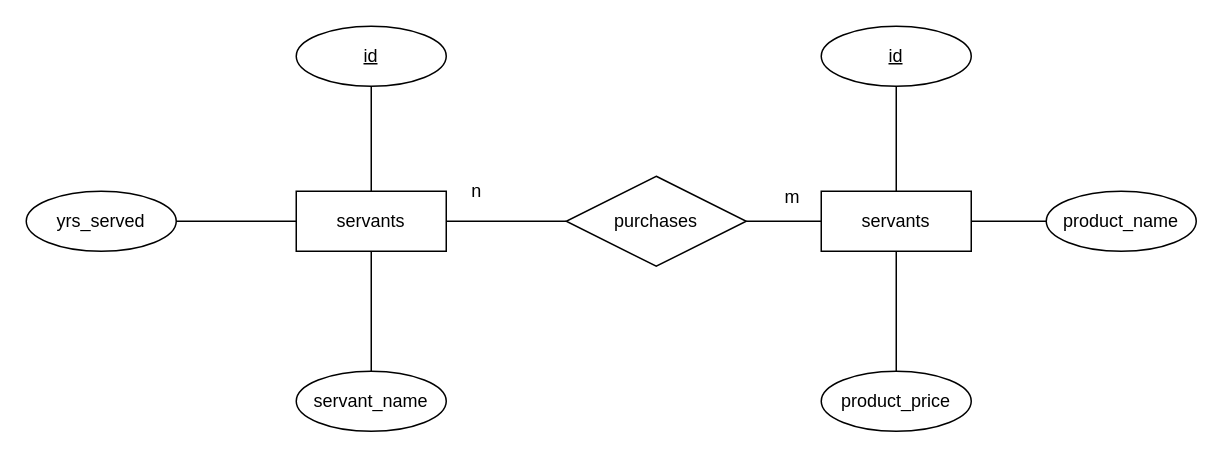
Above: page "n:m" (1 of 3) of _chen/kardinalitaeten.drawio in HolgerSinComcaveTraining/DB_03_WB_models (draw.io), before the change. Source tidied: cells renumbered, new cells numbered last; positions are measured from the earlier drawing's top-left corner, leaving out a move shared by most shapes. Both pictures are drawn from the tidied source at 150%, with x=0, y=0 at pixel (26, 26).
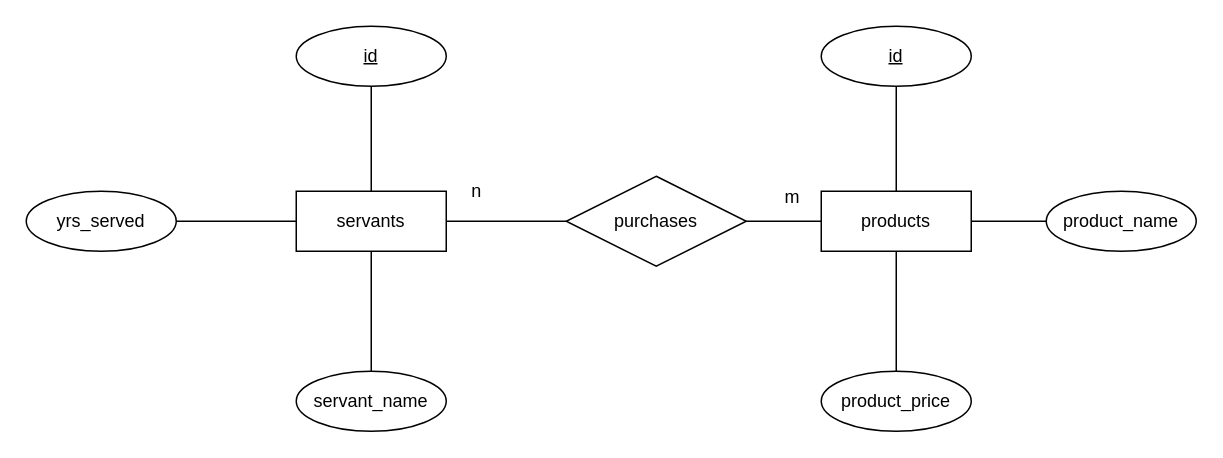
After the change.

What changed in the source:
```diff
@@
-    <mxCell id="9" value="servants" style="whiteSpace=wrap;html=1;align=center;" parent="1" vertex="1">
+    <mxCell id="9" value="products" style="whiteSpace=wrap;html=1;align=center;" parent="1" vertex="1">
       <mxGeometry x="530" y="110" width="100" height="40" as="geometry" />
     </mxCell>
```
